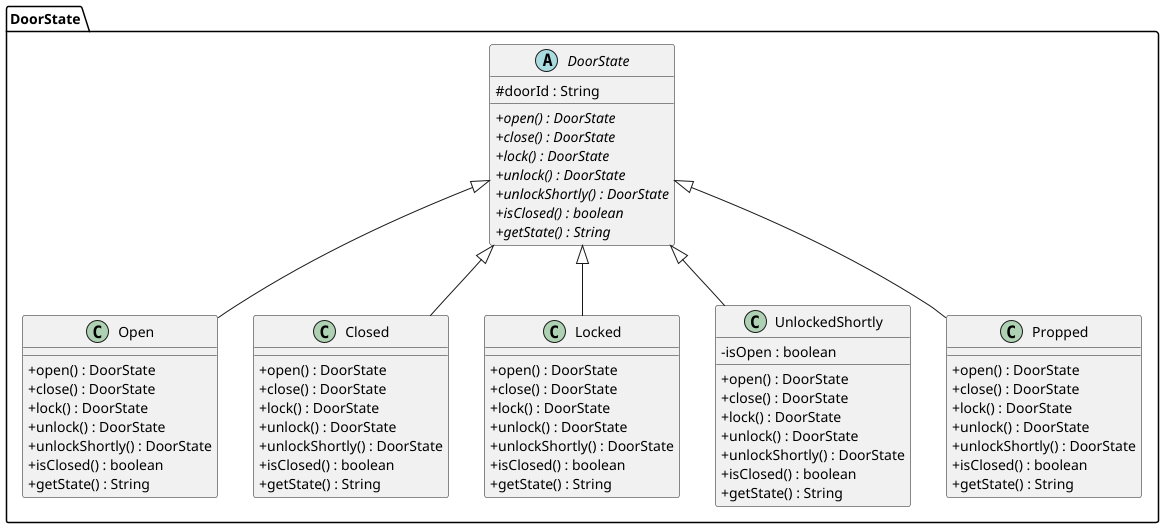
Earlier version of the PlantUML export src/baseNoStates/uml/package_DoorState.png (PatataZezy/PracticaDS).
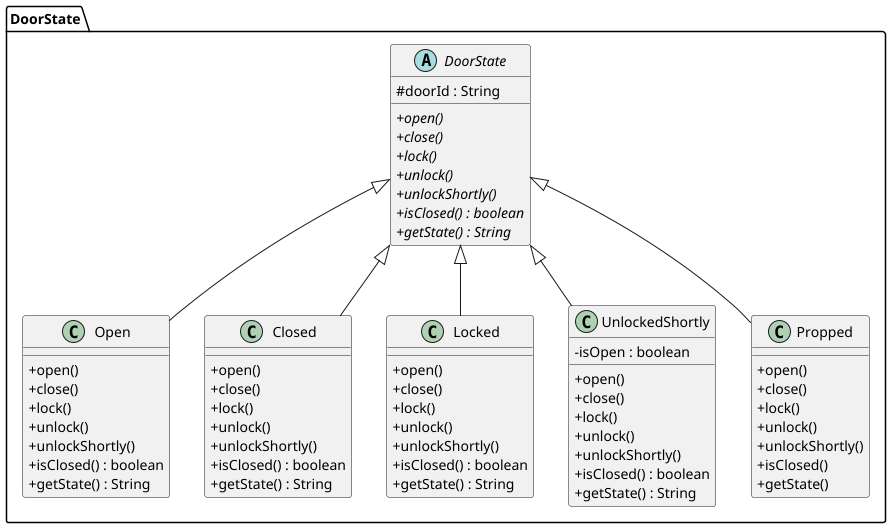
Above is the later version.

Commit message:
Updated UML diagrams

Change to the diagram source:
```diff
@@ -4,64 +4,64 @@
 package "DoorState" {
     abstract class "DoorState" {
         # doorId : String
-        + {abstract} open() : DoorState
-        + {abstract} close() : DoorState
-        + {abstract} lock() : DoorState
-        + {abstract} unlock() : DoorState
-        + {abstract} unlockShortly() : DoorState
+        + {abstract} open()
+        + {abstract} close()
+        + {abstract} lock()
+        + {abstract} unlock()
+        + {abstract} unlockShortly()
         + {abstract} isClosed() : boolean
         + {abstract} getState() : String
     }
 
     class "Open" extends "DoorState" {
-        + open() : DoorState
-        + close() : DoorState
-        + lock() : DoorState
-        + unlock() : DoorState
-        + unlockShortly() : DoorState
+        + open()
+        + close()
+        + lock()
+        + unlock()
+        + unlockShortly()
         + isClosed() : boolean
         + getState() : String
     }
 
     class "Closed" extends "DoorState" {
-        + open() : DoorState
-        + close() : DoorState
-        + lock() : DoorState
-        + unlock() : DoorState
-        + unlockShortly() : DoorState
+        + open()
+        + close()
+        + lock()
+        + unlock()
+        + unlockShortly()
         + isClosed() : boolean
         + getState() : String
     }
 
     class "Locked" extends "DoorState" {
-        + open() : DoorState
-        + close() : DoorState
-        + lock() : DoorState
-        + unlock() : DoorState
-        + unlockShortly() : DoorState
+        + open()
+        + close()
+        + lock()
+        + unlock()
+        + unlockShortly()
         + isClosed() : boolean
         + getState() : String
     }
 
     class "UnlockedShortly" extends "DoorState" {
         - isOpen : boolean
-        + open() : DoorState
-        + close() : DoorState
-        + lock() : DoorState
-        + unlock() : DoorState
-        + unlockShortly() : DoorState
+        + open()
+        + close()
+        + lock()
+        + unlock()
+        + unlockShortly()
         + isClosed() : boolean
         + getState() : String
     }
 
     class "Propped" extends "DoorState" {
-        + open() : DoorState
-        + close() : DoorState
-        + lock() : DoorState
-        + unlock() : DoorState
-        + unlockShortly() : DoorState
-        + isClosed() : boolean
-        + getState() : String
+        + open()
+        + close()
+        + lock()
+        + unlock()
+        + unlockShortly()
+        + isClosed()
+        + getState()
     }
 }
 @enduml
```
